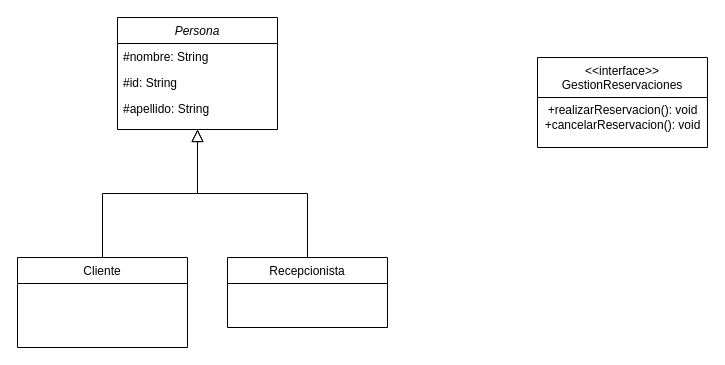
Above: Diagrama sin título.drawio in JJOC3S/TallerGrupoPIS (draw.io), before the change. Source tidied: cells renumbered, new cells numbered last; positions are measured from the earlier drawing's top-left corner, leaving out a move shared by most shapes. Both pictures are drawn from the tidied source at 100%, with x=0, y=0 at pixel (17, 17).
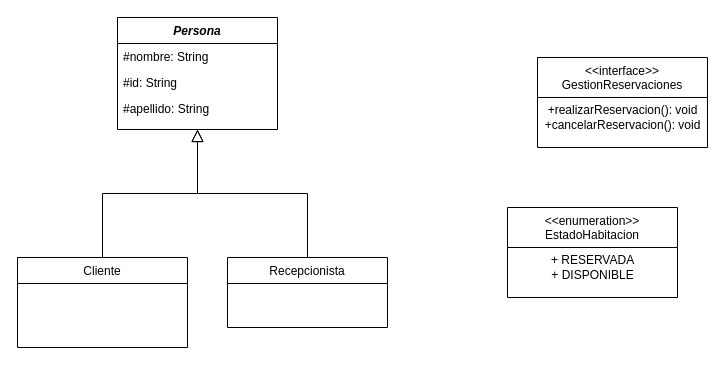
The same page after the edit.

What changed in the source:
```diff
@@
 <mxGraphModel>
   <root>
     <mxCell id="0" />
     <mxCell id="1" parent="0" />
-    <mxCell id="2" value="Persona" style="swimlane;fontStyle=2;align=center;verticalAlign=top;horizontal=1;startSize=26;rounded=0;shadow=0;strokeWidth=1;" parent="1" vertex="1">
+    <mxCell id="2" value="Persona" style="swimlane;fontStyle=3;align=center;verticalAlign=top;horizontal=1;startSize=26;rounded=0;shadow=0;strokeWidth=1;" parent="1" vertex="1">
       <mxGeometry x="100" width="160" height="112" as="geometry" />
     </mxCell>
     <mxCell id="3" value="#nombre: String" style="text;align=left;verticalAlign=top;spacingLeft=4;spacingRight=4;overflow=hidden;" parent="2" vertex="1">
       <mxGeometry y="26" width="160" height="26" as="geometry" />
     </mxCell>
     <mxCell id="4" value="#id: String" style="text;align=left;verticalAlign=top;spacingLeft=4;spacingRight=4;overflow=hidden;rounded=0;shadow=0;html=0;" parent="2" vertex="1">
       <mxGeometry y="52" width="160" height="26" as="geometry" />
     </mxCell>
     <mxCell id="5" value="#apellido: String" style="text;align=left;verticalAlign=top;spacingLeft=4;spacingRight=4;overflow=hidden;rounded=0;shadow=0;html=0;" parent="2" vertex="1">
       <mxGeometry y="78" width="160" height="26" as="geometry" />
     </mxCell>
     <mxCell id="6" value="Cliente" style="swimlane;fontStyle=0;align=center;verticalAlign=top;horizontal=1;startSize=26;rounded=0;shadow=0;strokeWidth=1;" parent="1" vertex="1">
       <mxGeometry y="240" width="170" height="90" as="geometry" />
     </mxCell>
     <mxCell id="7" style="endArrow=block;endSize=10;endFill=0;shadow=0;strokeWidth=1;rounded=0;curved=0;edgeStyle=elbowEdgeStyle;elbow=vertical;" parent="1" edge="1" source="6" target="2">
       <mxGeometry relative="1" as="geometry" />
     </mxCell>
     <mxCell id="8" value="Recepcionista" style="swimlane;fontStyle=0;align=center;verticalAlign=top;horizontal=1;startSize=26;rounded=0;shadow=0;strokeWidth=1;" parent="1" vertex="1">
       <mxGeometry x="210" y="240" width="160" height="70" as="geometry" />
     </mxCell>
     <mxCell id="9" style="endArrow=block;endSize=10;endFill=0;shadow=0;strokeWidth=1;rounded=0;curved=0;edgeStyle=elbowEdgeStyle;elbow=vertical;" parent="1" edge="1" source="8" target="2">
       <mxGeometry relative="1" as="geometry" />
     </mxCell>
     <mxCell id="10" value="&lt;&lt;interface&gt;&gt;&#10;GestionReservaciones" style="swimlane;fontStyle=0;align=center;verticalAlign=top;horizontal=1;startSize=40;rounded=0;shadow=0;strokeWidth=1;" parent="1" vertex="1">
       <mxGeometry x="520" y="40" width="170" height="90" as="geometry" />
     </mxCell>
     <mxCell id="11" value="+realizarReservacion(): void&lt;div&gt;+cancelarReservacion(): void&lt;/div&gt;" style="text;html=1;align=center;verticalAlign=middle;strokeColor=none;fillColor=none;" parent="10" vertex="1">
       <mxGeometry y="40" width="170" height="40" as="geometry" />
     </mxCell>
+    <mxCell id="12" value="&lt;&lt;enumeration&gt;&gt;&#10;EstadoHabitacion" style="swimlane;fontStyle=0;align=center;verticalAlign=top;horizontal=1;startSize=40;rounded=0;shadow=0;strokeWidth=1;" parent="1" vertex="1">
+      <mxGeometry x="490" y="190" width="170" height="90" as="geometry" />
+    </mxCell>
+    <mxCell id="13" value="+ RESERVADA&lt;div&gt;+ DISPONIBLE&lt;/div&gt;" style="text;html=1;align=center;verticalAlign=middle;strokeColor=none;fillColor=none;" parent="12" vertex="1">
+      <mxGeometry y="40" width="170" height="40" as="geometry" />
+    </mxCell>
   </root>
 </mxGraphModel>
```
